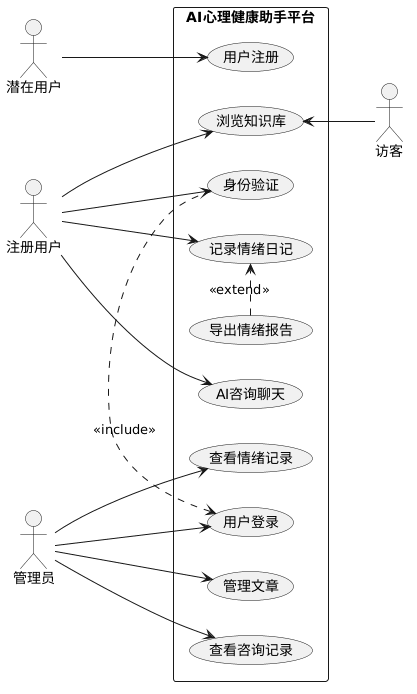
The PlantUML diagram UML/plantuml.png in LoneMonk298/AI-Psychological-Assistant-System, before a commit.
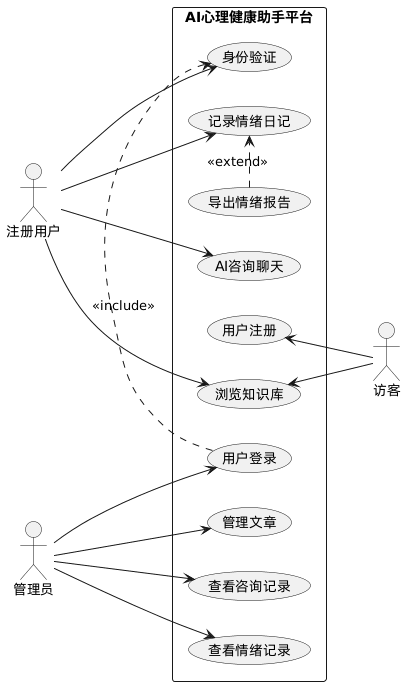
After the change.

The edit, as a diff of the source:
```diff
@@ -1,6 +1,6 @@
 @startuml
 left to right direction
-actor 潜在用户
+
 actor 注册用户
 actor 管理员
 actor 访客
@@ -16,13 +16,13 @@
   usecase "查看情绪记录" as UC8
 
   usecase "身份验证" as UC_BASE
-  UC_BASE .> UC2 : <<include>>
+  UC2.> UC_BASE : <<include>>
 
   usecase "导出情绪报告" as UC_EXT
   UC_EXT .> UC4 : <<extend>>
 }
 
-潜在用户 --> UC1
+UC1 <-- 访客
 注册用户 --> UC_BASE
 注册用户 --> UC3
 注册用户 --> UC4
@@ -32,4 +32,5 @@
 管理员 --> UC6
 管理员 --> UC7
 管理员 --> UC8
+
 @enduml
```
